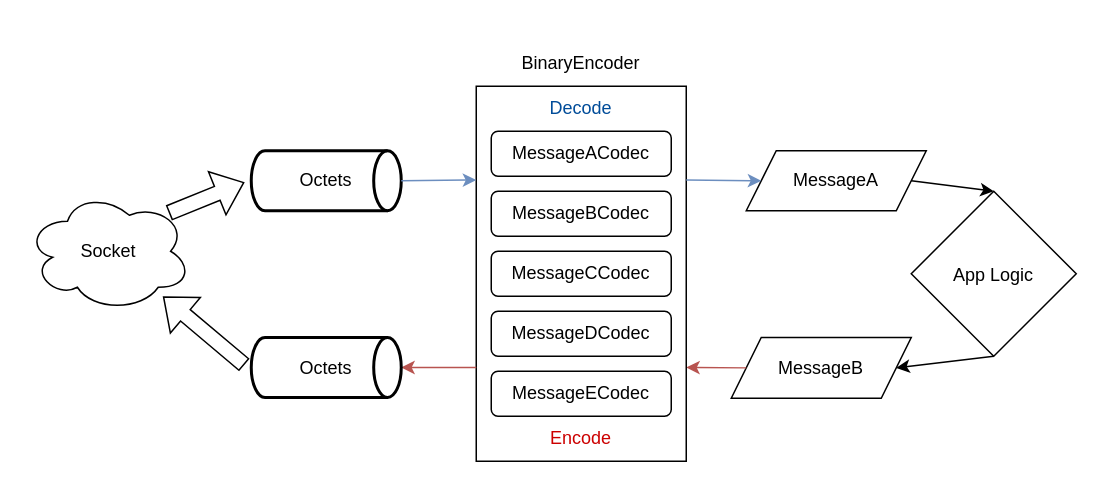
Above: encoder.drawio in Tom32i/talk-websocket-binary (draw.io), before the change. Source tidied: cells renumbered, new cells numbered last; positions are measured from the earlier drawing's top-left corner, leaving out a move shared by most shapes. Both pictures are drawn from the tidied source at 150%, with x=0, y=0 at pixel (26, 26).
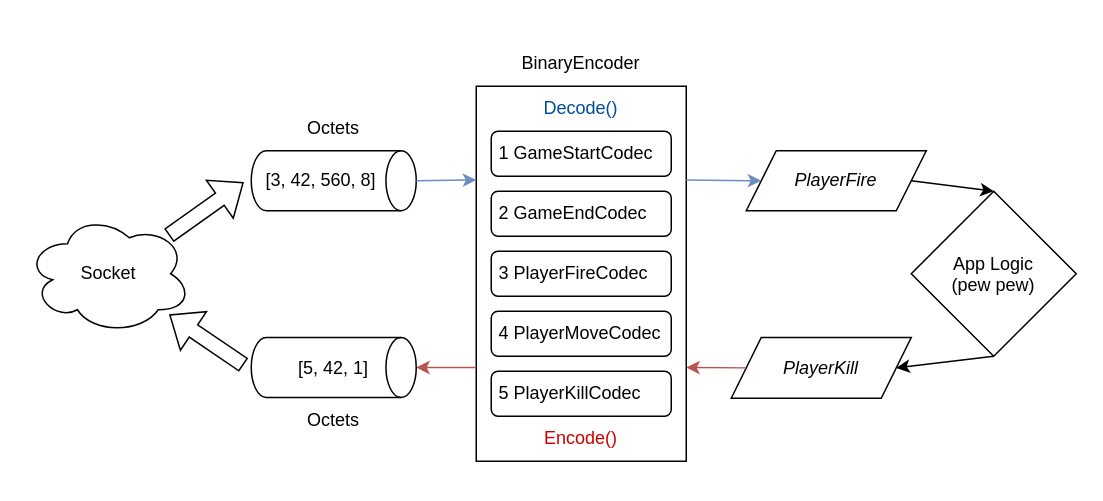
The same page after the edit.

Unchanged cells that the change refers to:
```xml
<mxCell id="4" style="group;" parent="1" vertex="1">
  <mxGeometry x="300" width="140" height="300" as="geometry" />
</mxCell>
```

The edit, as a diff of the source:
```diff
@@
-    <mxCell id="2" value="MessageB" style="shape=parallelogram;perimeter=parallelogramPerimeter;whiteSpace=wrap;html=1;fixedSize=1;" parent="1" vertex="1">
+    <mxCell id="2" value="PlayerKill" style="shape=parallelogram;perimeter=parallelogramPerimeter;whiteSpace=wrap;html=1;fixedSize=1;fontStyle=2;" parent="1" vertex="1">
       <mxGeometry x="470" y="207.5" width="120" height="40.5" as="geometry" />
     </mxCell>
@@
-    <mxCell id="7" style="group;" parent="4" vertex="1">
+    <mxCell id="7" style="group;align=left;" parent="4" vertex="1">
       <mxGeometry x="10" y="70" width="120" height="190" as="geometry" />
     </mxCell>
-    <mxCell id="8" value="MessageACodec" style="rounded=1;whiteSpace=wrap;html=1;" parent="7" vertex="1">
+    <mxCell id="8" value="&amp;nbsp;1 GameStartCodec" style="rounded=1;whiteSpace=wrap;html=1;align=left;" parent="7" vertex="1">
       <mxGeometry width="120" height="30" as="geometry" />
     </mxCell>
-    <mxCell id="9" value="MessageBCodec" style="rounded=1;whiteSpace=wrap;html=1;" parent="7" vertex="1">
+    <mxCell id="9" value="&amp;nbsp;2 GameEndCodec" style="rounded=1;whiteSpace=wrap;html=1;align=left;" parent="7" vertex="1">
       <mxGeometry y="40" width="120" height="30" as="geometry" />
     </mxCell>
-    <mxCell id="10" value="MessageCCodec" style="rounded=1;whiteSpace=wrap;html=1;" parent="7" vertex="1">
+    <mxCell id="10" value="&amp;nbsp;3 PlayerFireCodec" style="rounded=1;whiteSpace=wrap;html=1;align=left;" parent="7" vertex="1">
       <mxGeometry y="80" width="120" height="30" as="geometry" />
     </mxCell>
-    <mxCell id="11" value="MessageDCodec" style="rounded=1;whiteSpace=wrap;html=1;" parent="7" vertex="1">
+    <mxCell id="11" value="&amp;nbsp;4 PlayerMoveCodec" style="rounded=1;whiteSpace=wrap;html=1;align=left;" parent="7" vertex="1">
       <mxGeometry y="120" width="120" height="30" as="geometry" />
     </mxCell>
-    <mxCell id="12" value="MessageECodec" style="rounded=1;whiteSpace=wrap;html=1;" parent="7" vertex="1">
+    <mxCell id="12" value="&amp;nbsp;5 PlayerKillCodec" style="rounded=1;whiteSpace=wrap;html=1;align=left;" parent="7" vertex="1">
       <mxGeometry y="160" width="120" height="30" as="geometry" />
     </mxCell>
-    <mxCell id="13" value="&lt;font style=&quot;&quot; color=&quot;#004c99&quot;&gt;Decode&lt;/font&gt;" style="text;html=1;strokeColor=none;fillColor=none;align=center;verticalAlign=middle;whiteSpace=wrap;rounded=0;fontColor=#CC0000;" parent="4" vertex="1">
+    <mxCell id="13" value="&lt;font style=&quot;&quot; color=&quot;#004c99&quot;&gt;Decode()&lt;/font&gt;" style="text;html=1;strokeColor=none;fillColor=none;align=center;verticalAlign=middle;whiteSpace=wrap;rounded=0;fontColor=#CC0000;" parent="4" vertex="1">
       <mxGeometry x="40" y="40" width="60" height="30" as="geometry" />
     </mxCell>
-    <mxCell id="14" value="Encode" style="text;html=1;strokeColor=none;fillColor=none;align=center;verticalAlign=middle;whiteSpace=wrap;rounded=0;fontColor=#CC0000;" parent="4" vertex="1">
+    <mxCell id="14" value="Encode()" style="text;html=1;strokeColor=none;fillColor=none;align=center;verticalAlign=middle;whiteSpace=wrap;rounded=0;fontColor=#CC0000;" parent="4" vertex="1">
       <mxGeometry x="40" y="260" width="60" height="30" as="geometry" />
     </mxCell>
@@
-    <mxCell id="16" value="Octets" style="strokeWidth=2;html=1;shape=mxgraph.flowchart.direct_data;whiteSpace=wrap;" parent="1" vertex="1">
-      <mxGeometry x="150" y="207.5" width="100" height="40" as="geometry" />
+    <mxCell id="16" value="[5, 42, 1]" style="strokeWidth=1;html=1;shape=mxgraph.flowchart.direct_data;whiteSpace=wrap;" parent="1" vertex="1">
+      <mxGeometry x="150" y="207.5" width="110" height="40" as="geometry" />
     </mxCell>
-    <mxCell id="17" value="Octets" style="strokeWidth=2;html=1;shape=mxgraph.flowchart.direct_data;whiteSpace=wrap;" parent="1" vertex="1">
-      <mxGeometry x="150" y="83" width="100" height="40" as="geometry" />
+    <mxCell id="17" value="[3, 42, 560, 8]&amp;nbsp; &amp;nbsp; &amp;nbsp;" style="strokeWidth=1;html=1;shape=mxgraph.flowchart.direct_data;whiteSpace=wrap;align=center;" parent="1" vertex="1">
+      <mxGeometry x="150" y="83" width="110" height="40" as="geometry" />
     </mxCell>
@@
-    <mxCell id="19" value="MessageA" style="shape=parallelogram;perimeter=parallelogramPerimeter;whiteSpace=wrap;html=1;fixedSize=1;" parent="1" vertex="1">
+    <mxCell id="19" value="PlayerFire" style="shape=parallelogram;perimeter=parallelogramPerimeter;whiteSpace=wrap;html=1;fixedSize=1;fontStyle=2;" parent="1" vertex="1">
       <mxGeometry x="480" y="83" width="120" height="40" as="geometry" />
     </mxCell>
@@
-    <mxCell id="21" style="shape=flexArrow;endArrow=classic;html=1;rounded=0;exitX=0.864;exitY=0.181;exitDx=0;exitDy=0;exitPerimeter=0;entryX=-0.046;entryY=0.526;entryDx=0;entryDy=0;entryPerimeter=0;" parent="1" edge="1" source="22" target="17">
+    <mxCell id="21" style="shape=flexArrow;endArrow=classic;html=1;rounded=0;exitX=0.864;exitY=0.181;exitDx=0;exitDy=0;exitPerimeter=0;entryX=-0.046;entryY=0.526;entryDx=0;entryDy=0;entryPerimeter=0;fillColor=default;" parent="1" edge="1" source="22" target="17">
       <mxGeometry relative="1" as="geometry" />
     </mxCell>
     <mxCell id="22" value="Socket" style="ellipse;shape=cloud;whiteSpace=wrap;html=1;" parent="1" vertex="1">
-      <mxGeometry y="110" width="110" height="80" as="geometry" />
+      <mxGeometry y="125" width="110" height="80" as="geometry" />
     </mxCell>
-    <mxCell id="23" style="shape=flexArrow;endArrow=classic;html=1;rounded=0;exitX=-0.046;exitY=0.458;exitDx=0;exitDy=0;exitPerimeter=0;" parent="1" edge="1" source="16" target="22">
+    <mxCell id="23" style="shape=flexArrow;endArrow=classic;html=1;rounded=0;exitX=-0.046;exitY=0.458;exitDx=0;exitDy=0;exitPerimeter=0;fillColor=default;" parent="1" edge="1" source="16" target="22">
       <mxGeometry relative="1" as="geometry" />
     </mxCell>
-    <mxCell id="24" value="App Logic" style="rhombus;" parent="1" vertex="1">
+    <mxCell id="24" value="App Logic&#10;(pew pew)" style="rhombus;fontStyle=0;" parent="1" vertex="1">
       <mxGeometry x="590" y="110" width="110" height="110" as="geometry" />
     </mxCell>
@@
+    <mxCell id="27" value="Octets" style="text;html=1;strokeColor=none;fillColor=none;align=center;verticalAlign=middle;whiteSpace=wrap;rounded=0;" parent="1" vertex="1">
+      <mxGeometry x="175" y="247.5" width="60" height="30" as="geometry" />
+    </mxCell>
+    <mxCell id="28" value="Octets" style="text;html=1;strokeColor=none;fillColor=none;align=center;verticalAlign=middle;whiteSpace=wrap;rounded=0;" parent="1" vertex="1">
+      <mxGeometry x="175" y="53" width="60" height="30" as="geometry" />
+    </mxCell>
```
